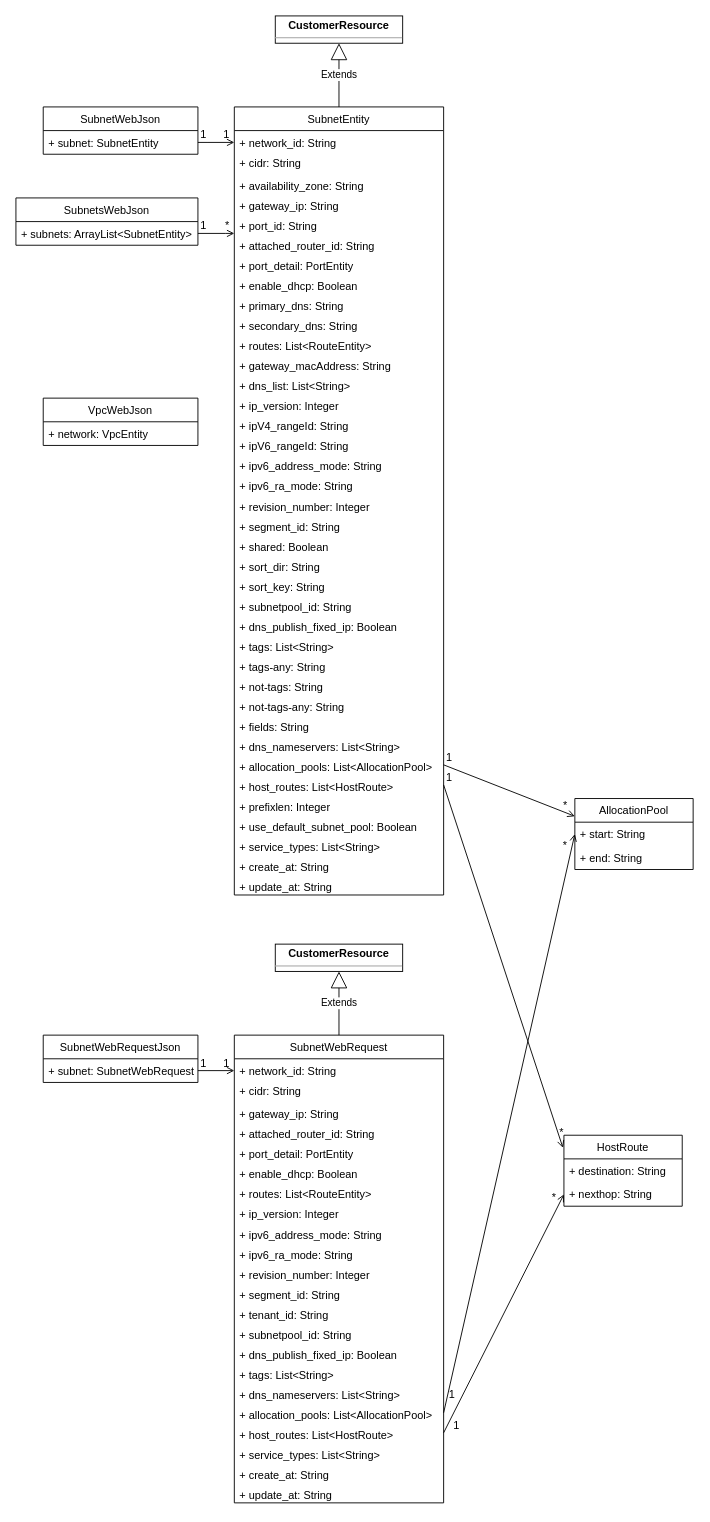
This is subnet.drawio from cj-chung/diagrams, a draw.io file, before an edit. Source tidied: cells renumbered, new cells numbered last; positions are measured from the earlier drawing's top-left corner, leaving out a move shared by most shapes. Both pictures are drawn from the tidied source at 91%, with x=0, y=0 at pixel (15, 15).
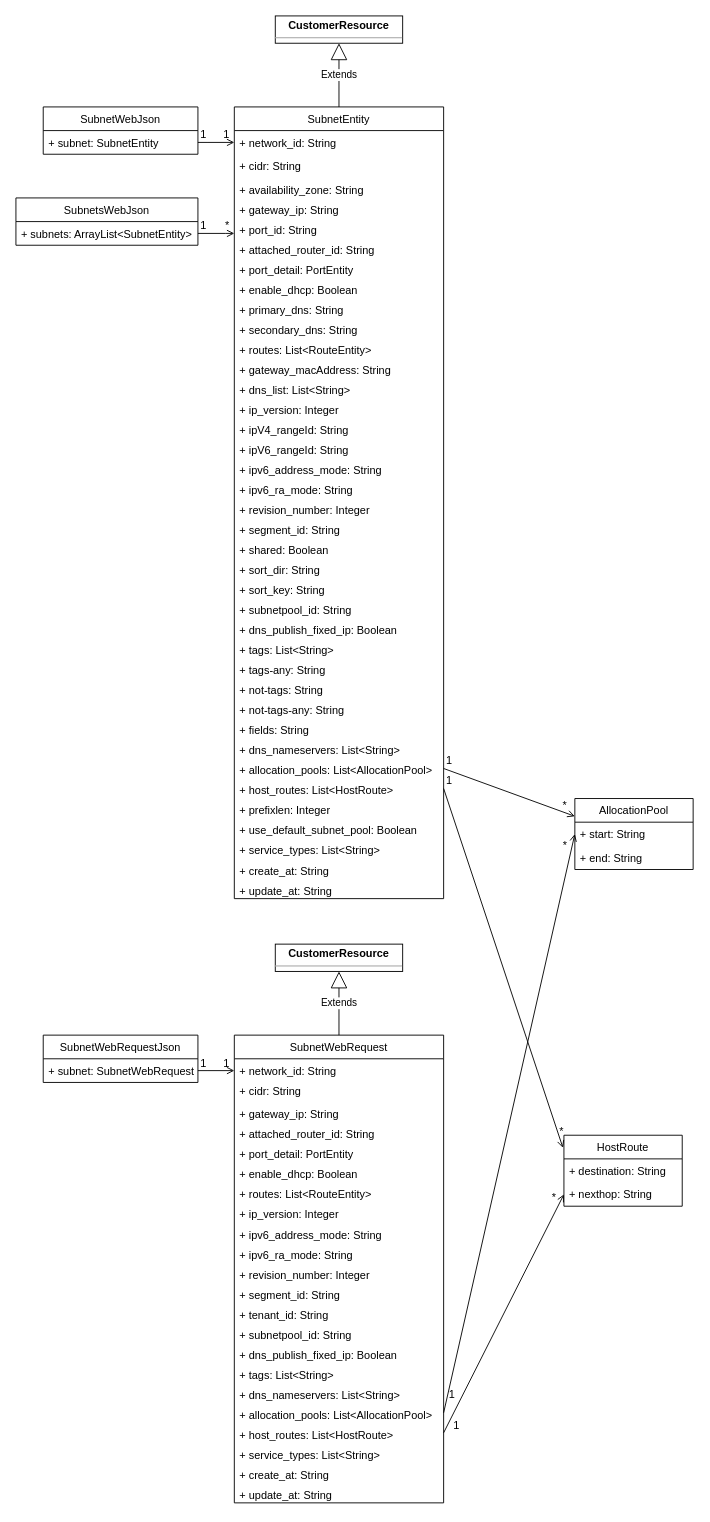
Above is the later version.

The edit, as a diff of the source:
```diff
@@
     <mxCell id="2" value="SubnetEntity" style="swimlane;fontStyle=0;horizontal=1;startSize=26;fillColor=none;" parent="1" vertex="1">
-      <mxGeometry x="240" y="100" width="230" height="866" as="geometry" />
+      <mxGeometry x="240" y="100" width="230" height="870" as="geometry" />
     </mxCell>
-    <mxCell id="3" value="+ network_id: String&#10;" style="text;strokeColor=none;fillColor=none;align=left;verticalAlign=top;spacingLeft=4;spacingRight=4;overflow=hidden;" parent="2" vertex="1">
-      <mxGeometry y="26" width="230" height="22" as="geometry" />
+    <mxCell id="3" value="+ network_id: String" style="text;strokeColor=none;fillColor=none;align=left;verticalAlign=top;spacingLeft=4;spacingRight=4;overflow=hidden;" parent="2" vertex="1">
+      <mxGeometry y="26" width="230" height="26" as="geometry" />
     </mxCell>
     <mxCell id="4" value="+ cidr: String" style="text;strokeColor=none;fillColor=none;align=left;verticalAlign=top;spacingLeft=4;spacingRight=4;overflow=hidden;" parent="2" vertex="1">
-      <mxGeometry y="48" width="230" height="26" as="geometry" />
+      <mxGeometry y="52" width="230" height="26" as="geometry" />
     </mxCell>
     <mxCell id="5" value="+ availability_zone: String&#10;" style="text;strokeColor=none;fillColor=none;align=left;verticalAlign=top;spacingLeft=4;spacingRight=4;overflow=hidden;" parent="2" vertex="1">
-      <mxGeometry y="74" width="230" height="22" as="geometry" />
+      <mxGeometry y="78" width="230" height="22" as="geometry" />
     </mxCell>
     <mxCell id="6" value="+ gateway_ip: String&#10;" style="text;strokeColor=none;fillColor=none;align=left;verticalAlign=top;spacingLeft=4;spacingRight=4;overflow=hidden;" parent="2" vertex="1">
-      <mxGeometry y="96" width="230" height="22" as="geometry" />
+      <mxGeometry y="100" width="230" height="22" as="geometry" />
     </mxCell>
     <mxCell id="7" value="+ port_id: String&#10;" style="text;strokeColor=none;fillColor=none;align=left;verticalAlign=top;spacingLeft=4;spacingRight=4;overflow=hidden;" parent="2" vertex="1">
-      <mxGeometry y="118" width="230" height="22" as="geometry" />
+      <mxGeometry y="122" width="230" height="22" as="geometry" />
     </mxCell>
     <mxCell id="8" value="+ attached_router_id: String&#10;" style="text;strokeColor=none;fillColor=none;align=left;verticalAlign=top;spacingLeft=4;spacingRight=4;overflow=hidden;" parent="2" vertex="1">
-      <mxGeometry y="140" width="230" height="22" as="geometry" />
+      <mxGeometry y="144" width="230" height="22" as="geometry" />
     </mxCell>
     <mxCell id="9" value="+ port_detail: PortEntity&#10;" style="text;strokeColor=none;fillColor=none;align=left;verticalAlign=top;spacingLeft=4;spacingRight=4;overflow=hidden;" parent="2" vertex="1">
-      <mxGeometry y="162" width="230" height="22" as="geometry" />
+      <mxGeometry y="166" width="230" height="22" as="geometry" />
     </mxCell>
     <mxCell id="10" value="+ enable_dhcp: Boolean&#10;" style="text;strokeColor=none;fillColor=none;align=left;verticalAlign=top;spacingLeft=4;spacingRight=4;overflow=hidden;" parent="2" vertex="1">
-      <mxGeometry y="184" width="230" height="22" as="geometry" />
+      <mxGeometry y="188" width="230" height="22" as="geometry" />
     </mxCell>
     <mxCell id="11" value="+ primary_dns: String&#10;" style="text;strokeColor=none;fillColor=none;align=left;verticalAlign=top;spacingLeft=4;spacingRight=4;overflow=hidden;" parent="2" vertex="1">
-      <mxGeometry y="206" width="230" height="22" as="geometry" />
+      <mxGeometry y="210" width="230" height="22" as="geometry" />
     </mxCell>
     <mxCell id="12" value="+ secondary_dns: String&#10;" style="text;strokeColor=none;fillColor=none;align=left;verticalAlign=top;spacingLeft=4;spacingRight=4;overflow=hidden;" parent="2" vertex="1">
-      <mxGeometry y="228" width="230" height="22" as="geometry" />
+      <mxGeometry y="232" width="230" height="22" as="geometry" />
     </mxCell>
     <mxCell id="13" value="+ routes: List&lt;RouteEntity&gt;&#10;" style="text;strokeColor=none;fillColor=none;align=left;verticalAlign=top;spacingLeft=4;spacingRight=4;overflow=hidden;" parent="2" vertex="1">
-      <mxGeometry y="250" width="230" height="22" as="geometry" />
+      <mxGeometry y="254" width="230" height="22" as="geometry" />
     </mxCell>
     <mxCell id="14" value="+ gateway_macAddress: String&#10;" style="text;strokeColor=none;fillColor=none;align=left;verticalAlign=top;spacingLeft=4;spacingRight=4;overflow=hidden;" parent="2" vertex="1">
-      <mxGeometry y="272" width="230" height="22" as="geometry" />
+      <mxGeometry y="276" width="230" height="22" as="geometry" />
     </mxCell>
     <mxCell id="15" value="+ dns_list: List&lt;String&gt;" style="text;strokeColor=none;fillColor=none;align=left;verticalAlign=top;spacingLeft=4;spacingRight=4;overflow=hidden;" parent="2" vertex="1">
-      <mxGeometry y="294" width="230" height="22" as="geometry" />
+      <mxGeometry y="298" width="230" height="22" as="geometry" />
     </mxCell>
     <mxCell id="16" value="+ ip_version: Integer&#10;" style="text;strokeColor=none;fillColor=none;align=left;verticalAlign=top;spacingLeft=4;spacingRight=4;overflow=hidden;" parent="2" vertex="1">
-      <mxGeometry y="316" width="230" height="22" as="geometry" />
+      <mxGeometry y="320" width="230" height="22" as="geometry" />
     </mxCell>
     <mxCell id="17" value="+ ipV4_rangeId: String&#10;" style="text;strokeColor=none;fillColor=none;align=left;verticalAlign=top;spacingLeft=4;spacingRight=4;overflow=hidden;" parent="2" vertex="1">
-      <mxGeometry y="338" width="230" height="22" as="geometry" />
+      <mxGeometry y="342" width="230" height="22" as="geometry" />
     </mxCell>
     <mxCell id="18" value="+ ipV6_rangeId: String&#10;" style="text;strokeColor=none;fillColor=none;align=left;verticalAlign=top;spacingLeft=4;spacingRight=4;overflow=hidden;" parent="2" vertex="1">
-      <mxGeometry y="360" width="230" height="22" as="geometry" />
+      <mxGeometry y="364" width="230" height="22" as="geometry" />
     </mxCell>
     <mxCell id="19" value="+ ipv6_address_mode: String&#10;" style="text;strokeColor=none;fillColor=none;align=left;verticalAlign=top;spacingLeft=4;spacingRight=4;overflow=hidden;" parent="2" vertex="1">
-      <mxGeometry y="382" width="230" height="22" as="geometry" />
+      <mxGeometry y="386" width="230" height="22" as="geometry" />
     </mxCell>
     <mxCell id="20" value="+ ipv6_ra_mode: String&#10;" style="text;strokeColor=none;fillColor=none;align=left;verticalAlign=top;spacingLeft=4;spacingRight=4;overflow=hidden;" parent="2" vertex="1">
-      <mxGeometry y="404" width="230" height="22" as="geometry" />
+      <mxGeometry y="408" width="230" height="22" as="geometry" />
     </mxCell>
     <mxCell id="21" value="+ revision_number: Integer&#10;" style="text;strokeColor=none;fillColor=none;align=left;verticalAlign=top;spacingLeft=4;spacingRight=4;overflow=hidden;" parent="2" vertex="1">
-      <mxGeometry y="426" width="230" height="22" as="geometry" />
+      <mxGeometry y="430" width="230" height="22" as="geometry" />
     </mxCell>
     <mxCell id="22" value="+ segment_id: String&#10;" style="text;strokeColor=none;fillColor=none;align=left;verticalAlign=top;spacingLeft=4;spacingRight=4;overflow=hidden;" parent="2" vertex="1">
-      <mxGeometry y="448" width="230" height="22" as="geometry" />
+      <mxGeometry y="452" width="230" height="22" as="geometry" />
     </mxCell>
     <mxCell id="23" value="+ shared: Boolean&#10;" style="text;strokeColor=none;fillColor=none;align=left;verticalAlign=top;spacingLeft=4;spacingRight=4;overflow=hidden;" parent="2" vertex="1">
-      <mxGeometry y="470" width="230" height="22" as="geometry" />
+      <mxGeometry y="474" width="230" height="22" as="geometry" />
     </mxCell>
     <mxCell id="24" value="+ sort_dir: String" style="text;strokeColor=none;fillColor=none;align=left;verticalAlign=top;spacingLeft=4;spacingRight=4;overflow=hidden;" parent="2" vertex="1">
-      <mxGeometry y="492" width="230" height="22" as="geometry" />
+      <mxGeometry y="496" width="230" height="22" as="geometry" />
     </mxCell>
     <mxCell id="25" value="+ sort_key: String" style="text;strokeColor=none;fillColor=none;align=left;verticalAlign=top;spacingLeft=4;spacingRight=4;overflow=hidden;" parent="2" vertex="1">
-      <mxGeometry y="514" width="230" height="22" as="geometry" />
+      <mxGeometry y="518" width="230" height="22" as="geometry" />
     </mxCell>
     <mxCell id="26" value="+ subnetpool_id: String" style="text;strokeColor=none;fillColor=none;align=left;verticalAlign=top;spacingLeft=4;spacingRight=4;overflow=hidden;" parent="2" vertex="1">
-      <mxGeometry y="536" width="230" height="22" as="geometry" />
+      <mxGeometry y="540" width="230" height="22" as="geometry" />
     </mxCell>
     <mxCell id="27" value="+ dns_publish_fixed_ip: Boolean&#10;" style="text;strokeColor=none;fillColor=none;align=left;verticalAlign=top;spacingLeft=4;spacingRight=4;overflow=hidden;" parent="2" vertex="1">
-      <mxGeometry y="558" width="230" height="22" as="geometry" />
+      <mxGeometry y="562" width="230" height="22" as="geometry" />
     </mxCell>
     <mxCell id="28" value="+ tags: List&lt;String&gt;&#10;" style="text;strokeColor=none;fillColor=none;align=left;verticalAlign=top;spacingLeft=4;spacingRight=4;overflow=hidden;" parent="2" vertex="1">
-      <mxGeometry y="580" width="230" height="22" as="geometry" />
+      <mxGeometry y="584" width="230" height="22" as="geometry" />
     </mxCell>
     <mxCell id="29" value="+ tags-any: String&#10;" style="text;strokeColor=none;fillColor=none;align=left;verticalAlign=top;spacingLeft=4;spacingRight=4;overflow=hidden;" parent="2" vertex="1">
-      <mxGeometry y="602" width="230" height="22" as="geometry" />
+      <mxGeometry y="606" width="230" height="22" as="geometry" />
     </mxCell>
     <mxCell id="30" value="+ not-tags: String&#10;" style="text;strokeColor=none;fillColor=none;align=left;verticalAlign=top;spacingLeft=4;spacingRight=4;overflow=hidden;" parent="2" vertex="1">
-      <mxGeometry y="624" width="230" height="22" as="geometry" />
+      <mxGeometry y="628" width="230" height="22" as="geometry" />
     </mxCell>
     <mxCell id="31" value="+ not-tags-any: String&#10;" style="text;strokeColor=none;fillColor=none;align=left;verticalAlign=top;spacingLeft=4;spacingRight=4;overflow=hidden;" parent="2" vertex="1">
-      <mxGeometry y="646" width="230" height="22" as="geometry" />
+      <mxGeometry y="650" width="230" height="22" as="geometry" />
     </mxCell>
     <mxCell id="32" value="+ fields: String&#10;" style="text;strokeColor=none;fillColor=none;align=left;verticalAlign=top;spacingLeft=4;spacingRight=4;overflow=hidden;" parent="2" vertex="1">
-      <mxGeometry y="668" width="230" height="22" as="geometry" />
+      <mxGeometry y="672" width="230" height="22" as="geometry" />
     </mxCell>
     <mxCell id="33" value="+ dns_nameservers: List&lt;String&gt;&#10;" style="text;strokeColor=none;fillColor=none;align=left;verticalAlign=top;spacingLeft=4;spacingRight=4;overflow=hidden;" parent="2" vertex="1">
-      <mxGeometry y="690" width="230" height="22" as="geometry" />
+      <mxGeometry y="694" width="230" height="22" as="geometry" />
     </mxCell>
     <mxCell id="34" value="+ allocation_pools: List&lt;AllocationPool&gt;&#10;" style="text;strokeColor=none;fillColor=none;align=left;verticalAlign=top;spacingLeft=4;spacingRight=4;overflow=hidden;points=[[0,0.5],[1,0.5]];portConstraint=eastwest;" parent="2" vertex="1">
-      <mxGeometry y="712" width="230" height="22" as="geometry" />
+      <mxGeometry y="716" width="230" height="22" as="geometry" />
     </mxCell>
     <mxCell id="35" value="+ host_routes: List&lt;HostRoute&gt;&#10;" style="text;strokeColor=none;fillColor=none;align=left;verticalAlign=top;spacingLeft=4;spacingRight=4;overflow=hidden;points=[[0,0.5],[1,0.5]];portConstraint=eastwest;" parent="2" vertex="1">
-      <mxGeometry y="734" width="230" height="22" as="geometry" />
+      <mxGeometry y="738" width="230" height="22" as="geometry" />
     </mxCell>
     <mxCell id="36" value="+ prefixlen: Integer&#10;" style="text;strokeColor=none;fillColor=none;align=left;verticalAlign=top;spacingLeft=4;spacingRight=4;overflow=hidden;" parent="2" vertex="1">
-      <mxGeometry y="756" width="230" height="22" as="geometry" />
+      <mxGeometry y="760" width="230" height="22" as="geometry" />
     </mxCell>
     <mxCell id="37" value="+ use_default_subnet_pool: Boolean&#10;" style="text;strokeColor=none;fillColor=none;align=left;verticalAlign=top;spacingLeft=4;spacingRight=4;overflow=hidden;" parent="2" vertex="1">
-      <mxGeometry y="778" width="230" height="22" as="geometry" />
+      <mxGeometry y="782" width="230" height="22" as="geometry" />
     </mxCell>
     <mxCell id="38" value="+ service_types: List&lt;String&gt;&#10;" style="text;strokeColor=none;fillColor=none;align=left;verticalAlign=top;spacingLeft=4;spacingRight=4;overflow=hidden;" parent="2" vertex="1">
-      <mxGeometry y="800" width="230" height="22" as="geometry" />
+      <mxGeometry y="804" width="230" height="22" as="geometry" />
     </mxCell>
     <mxCell id="39" value="+ create_at: String&#10;" style="text;strokeColor=none;fillColor=none;align=left;verticalAlign=top;spacingLeft=4;spacingRight=4;overflow=hidden;" parent="2" vertex="1">
-      <mxGeometry y="822" width="230" height="22" as="geometry" />
+      <mxGeometry y="826" width="230" height="22" as="geometry" />
     </mxCell>
     <mxCell id="40" value="+ update_at: String&#10;" style="text;strokeColor=none;fillColor=none;align=left;verticalAlign=top;spacingLeft=4;spacingRight=4;overflow=hidden;" parent="2" vertex="1">
-      <mxGeometry y="844" width="230" height="22" as="geometry" />
+      <mxGeometry y="848" width="230" height="22" as="geometry" />
     </mxCell>
@@
-    <mxCell id="50" value="VpcWebJson" style="swimlane;fontStyle=0;horizontal=1;startSize=26;fillColor=none;" parent="1" vertex="1">
-      <mxGeometry x="30" y="420" width="170" height="52" as="geometry" />
-    </mxCell>
-    <mxCell id="51" value="+ network: VpcEntity" style="text;strokeColor=none;fillColor=none;align=left;verticalAlign=top;spacingLeft=4;spacingRight=4;overflow=hidden;" parent="50" vertex="1">
-      <mxGeometry y="26" width="170" height="26" as="geometry" />
-    </mxCell>
```
